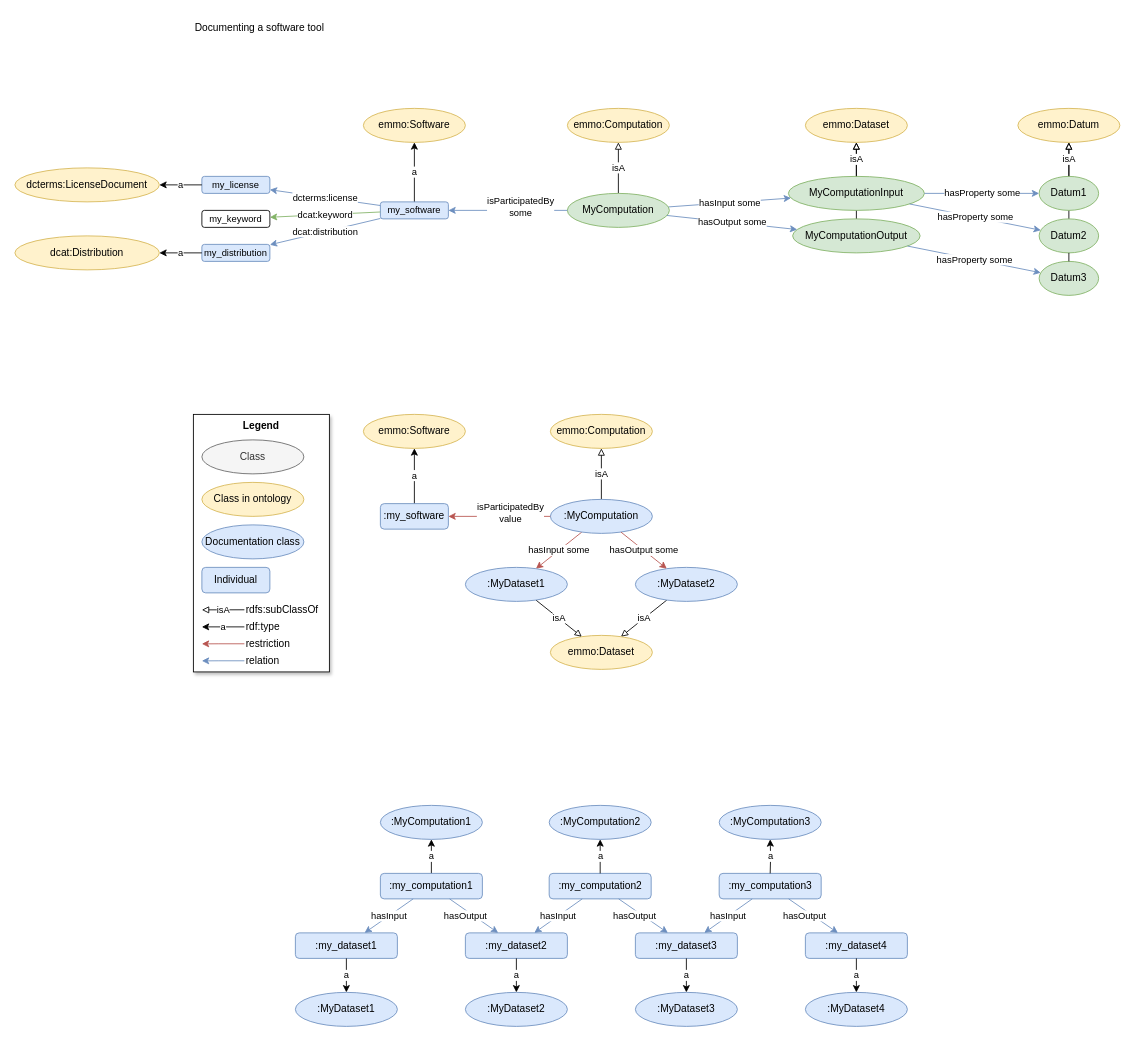
The draw.io diagram page "Page-1" (1 of 2) of examples/tools/figs/matchmaker-datadoc.drawio in HEU-MatCHMaker/DataDocumentation, before the edit. Source tidied: cells renumbered, new cells numbered last; positions are measured from the earlier drawing's top-left corner, leaving out a move shared by most shapes. Both pictures are drawn from the tidied source at 85%, with x=0, y=0 at pixel (14, 14).
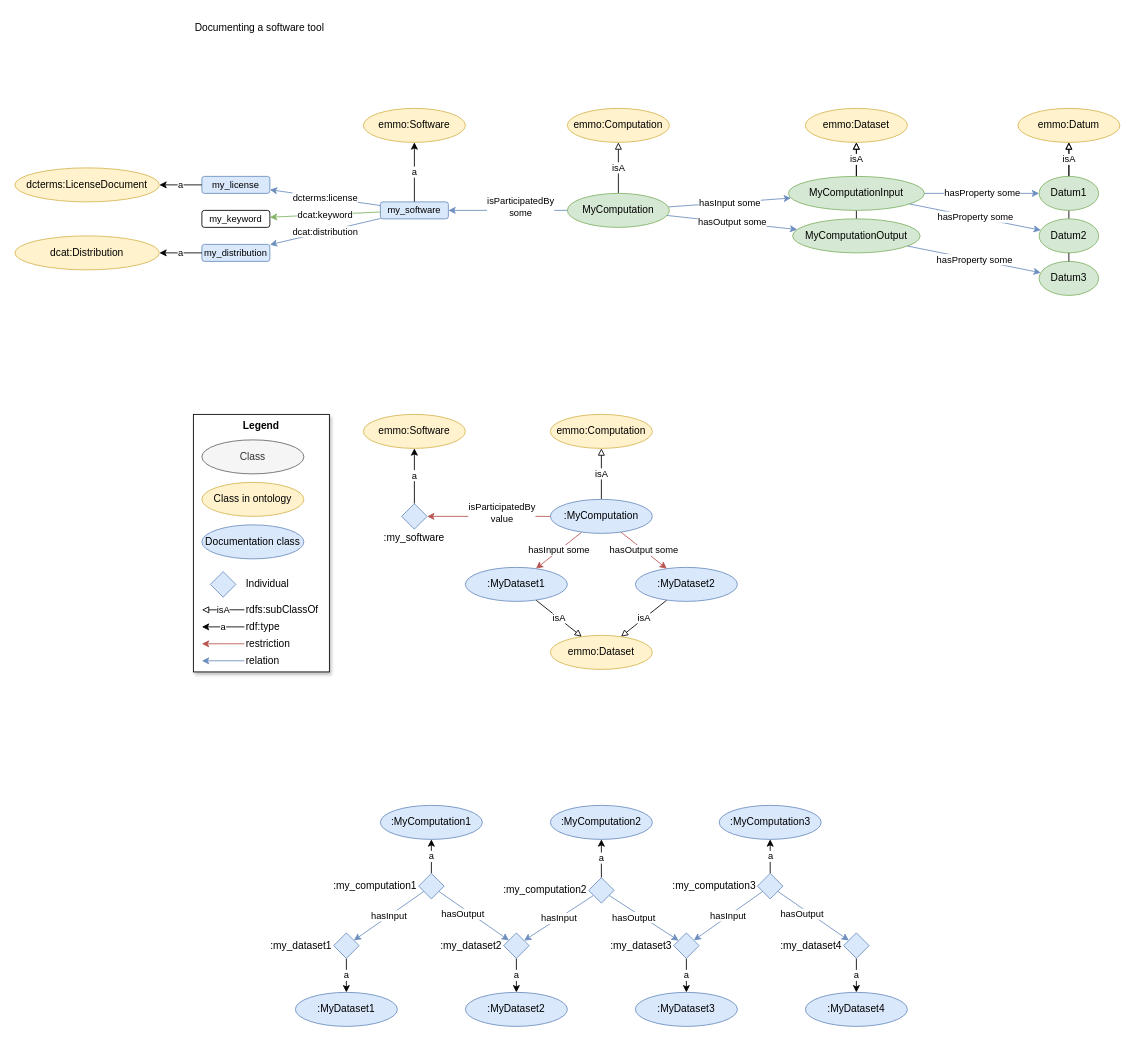
Above is the later version.

Commit message (it also covers changes not shown here):
Updated figure symbols and described colour coding

The change refers to these unchanged cells:
```xml
<mxCell id="39" value="emmo:Software" style="ellipse;whiteSpace=wrap;html=1;fillColor=#fff2cc;strokeColor=#d6b656;" parent="1" vertex="1">
  <mxGeometry x="410" y="470" width="120" height="40" as="geometry" />
</mxCell>
<mxCell id="44" value=":MyComputation" style="ellipse;whiteSpace=wrap;html=1;fillColor=#dae8fc;strokeColor=#6c8ebf;" parent="1" vertex="1">
  <mxGeometry x="630" y="570" width="120" height="40" as="geometry" />
</mxCell>
<mxCell id="76" value=":MyComputation1" style="ellipse;whiteSpace=wrap;html=1;fillColor=#dae8fc;strokeColor=#6c8ebf;" parent="1" vertex="1">
  <mxGeometry x="430" y="930" width="120" height="40" as="geometry" />
</mxCell>
<mxCell id="80" value=":MyComputation3" style="ellipse;whiteSpace=wrap;html=1;fillColor=#dae8fc;strokeColor=#6c8ebf;" parent="1" vertex="1">
  <mxGeometry x="828.6" y="930" width="120" height="40" as="geometry" />
</mxCell>
<mxCell id="82" value=":MyDataset1" style="ellipse;whiteSpace=wrap;html=1;fillColor=#dae8fc;strokeColor=#6c8ebf;" parent="1" vertex="1">
  <mxGeometry x="330" y="1150" width="120" height="40" as="geometry" />
</mxCell>
<mxCell id="84" value=":MyDataset2" style="ellipse;whiteSpace=wrap;html=1;fillColor=#dae8fc;strokeColor=#6c8ebf;" parent="1" vertex="1">
  <mxGeometry x="530" y="1150" width="120" height="40" as="geometry" />
</mxCell>
<mxCell id="86" value=":MyDataset3" style="ellipse;whiteSpace=wrap;html=1;fillColor=#dae8fc;strokeColor=#6c8ebf;" parent="1" vertex="1">
  <mxGeometry x="730" y="1150" width="120" height="40" as="geometry" />
</mxCell>
<mxCell id="88" value=":MyDataset4" style="ellipse;whiteSpace=wrap;html=1;fillColor=#dae8fc;strokeColor=#6c8ebf;" parent="1" vertex="1">
  <mxGeometry x="930" y="1150" width="120" height="40" as="geometry" />
</mxCell>
```

The edit, as a diff of the source:
```diff
@@
-    <mxCell id="48" value="a" style="edgeStyle=none;shape=connector;rounded=0;jettySize=auto;html=1;labelBackgroundColor=default;strokeColor=default;fontFamily=Helvetica;fontSize=11;fontColor=default;endArrow=classic;endFill=1;" parent="1" edge="1" source="51" target="39">
+    <mxCell id="48" value="a" style="edgeStyle=none;shape=connector;rounded=0;jettySize=auto;html=1;labelBackgroundColor=default;strokeColor=default;fontFamily=Helvetica;fontSize=11;fontColor=default;endArrow=classic;endFill=1;" parent="1" edge="1" source="91" target="39">
       <mxGeometry relative="1" as="geometry" />
     </mxCell>
@@
-    <mxCell id="50" value="isParticipatedBy&lt;br&gt;value" style="edgeStyle=none;shape=connector;rounded=0;jettySize=auto;html=1;labelBackgroundColor=default;strokeColor=#b85450;fontFamily=Helvetica;fontSize=11;fontColor=default;endArrow=classic;endFill=1;fillColor=#f8cecc;" parent="1" edge="1" source="44" target="51">
+    <mxCell id="50" value="isParticipatedBy&lt;br&gt;value" style="edgeStyle=none;shape=connector;rounded=0;jettySize=auto;html=1;labelBackgroundColor=default;strokeColor=#b85450;fontFamily=Helvetica;fontSize=11;fontColor=default;endArrow=classic;endFill=1;fillColor=#f8cecc;" parent="1" edge="1" source="44" target="91">
       <mxGeometry x="-0.21" y="-4" relative="1" as="geometry" />
     </mxCell>
-    <mxCell id="51" value="&lt;font style=&quot;font-size: 12px;&quot;&gt;:my_software&lt;/font&gt;" style="rounded=1;whiteSpace=wrap;html=1;fontFamily=Helvetica;fontSize=11;fillColor=#dae8fc;strokeColor=#6c8ebf;" parent="1" vertex="1">
-      <mxGeometry x="430" y="575" width="80" height="30" as="geometry" />
-    </mxCell>
@@
-    <mxCell id="53" value="&lt;font style=&quot;font-size: 12px;&quot;&gt;Individual&lt;/font&gt;" style="rounded=1;whiteSpace=wrap;html=1;fontFamily=Helvetica;fontSize=11;fillColor=#dae8fc;strokeColor=#6c8ebf;" parent="1" vertex="1">
-      <mxGeometry x="220" y="650" width="80" height="30" as="geometry" />
-    </mxCell>
@@
-    <mxCell id="62" value="a" style="edgeStyle=orthogonalEdgeStyle;rounded=0;jettySize=auto;html=1;" parent="1" edge="1" source="63" target="76">
+    <mxCell id="62" value="a" style="rounded=0;jettySize=auto;html=1;" parent="1" edge="1" source="93" target="76">
       <mxGeometry relative="1" as="geometry" />
     </mxCell>
-    <mxCell id="63" value="&lt;font style=&quot;font-size: 12px;&quot;&gt;:my_computation1&lt;/font&gt;" style="rounded=1;whiteSpace=wrap;html=1;fontFamily=Helvetica;fontSize=11;fillColor=#dae8fc;strokeColor=#6c8ebf;" parent="1" vertex="1">
-      <mxGeometry x="430" y="1010" width="120" height="30" as="geometry" />
-    </mxCell>
-    <mxCell id="64" value="&lt;font style=&quot;font-size: 12px;&quot;&gt;:my_dataset1&lt;/font&gt;" style="rounded=1;whiteSpace=wrap;html=1;fontFamily=Helvetica;fontSize=11;fillColor=#dae8fc;strokeColor=#6c8ebf;" parent="1" vertex="1">
-      <mxGeometry x="330" y="1080" width="120" height="30" as="geometry" />
-    </mxCell>
-    <mxCell id="65" value="hasInput" style="edgeStyle=none;shape=connector;rounded=0;jettySize=auto;html=1;labelBackgroundColor=default;strokeColor=#6c8ebf;fontFamily=Helvetica;fontSize=11;fontColor=default;endArrow=classic;endFill=1;fillColor=#dae8fc;" parent="1" edge="1" source="63" target="64">
+    <mxCell id="65" value="hasInput" style="edgeStyle=none;shape=connector;rounded=0;jettySize=auto;html=1;labelBackgroundColor=default;strokeColor=#6c8ebf;fontFamily=Helvetica;fontSize=11;fontColor=default;endArrow=classic;endFill=1;fillColor=#dae8fc;" parent="1" edge="1" source="93" target="94">
       <mxGeometry relative="1" as="geometry" />
     </mxCell>
-    <mxCell id="66" value="&lt;font style=&quot;font-size: 12px;&quot;&gt;:my_dataset2&lt;/font&gt;" style="rounded=1;whiteSpace=wrap;html=1;fontFamily=Helvetica;fontSize=11;fillColor=#dae8fc;strokeColor=#6c8ebf;" parent="1" vertex="1">
-      <mxGeometry x="530" y="1080" width="120" height="30" as="geometry" />
-    </mxCell>
-    <mxCell id="67" value="hasOutput" style="edgeStyle=none;shape=connector;rounded=0;jettySize=auto;html=1;labelBackgroundColor=default;strokeColor=#6c8ebf;fontFamily=Helvetica;fontSize=11;fontColor=default;endArrow=classic;endFill=1;fillColor=#dae8fc;" parent="1" edge="1" source="63" target="66">
+    <mxCell id="67" value="hasOutput" style="edgeStyle=none;shape=connector;rounded=0;jettySize=auto;html=1;labelBackgroundColor=default;strokeColor=#6c8ebf;fontFamily=Helvetica;fontSize=11;fontColor=default;endArrow=classic;endFill=1;fillColor=#dae8fc;" parent="1" edge="1" source="93" target="95">
       <mxGeometry x="-0.23" y="-6" relative="1" as="geometry" />
     </mxCell>
-    <mxCell id="68" value="&lt;font style=&quot;font-size: 12px;&quot;&gt;:my_computation2&lt;/font&gt;" style="rounded=1;whiteSpace=wrap;html=1;fontFamily=Helvetica;fontSize=11;fillColor=#dae8fc;strokeColor=#6c8ebf;" parent="1" vertex="1">
-      <mxGeometry x="628.6" y="1010" width="120" height="30" as="geometry" />
-    </mxCell>
-    <mxCell id="69" value="hasInput" style="edgeStyle=none;shape=connector;rounded=0;jettySize=auto;html=1;labelBackgroundColor=default;strokeColor=#6c8ebf;fontFamily=Helvetica;fontSize=11;fontColor=default;endArrow=classic;endFill=1;fillColor=#dae8fc;" parent="1" edge="1" source="68" target="66">
+    <mxCell id="69" value="hasInput" style="edgeStyle=none;shape=connector;rounded=0;jettySize=auto;html=1;labelBackgroundColor=default;strokeColor=#6c8ebf;fontFamily=Helvetica;fontSize=11;fontColor=default;endArrow=classic;endFill=1;fillColor=#dae8fc;" parent="1" edge="1" source="96" target="95">
       <mxGeometry relative="1" as="geometry" />
     </mxCell>
-    <mxCell id="70" value="hasOutput" style="edgeStyle=none;shape=connector;rounded=0;jettySize=auto;html=1;labelBackgroundColor=default;strokeColor=#6c8ebf;fontFamily=Helvetica;fontSize=11;fontColor=default;endArrow=classic;endFill=1;fillColor=#dae8fc;" parent="1" edge="1" source="68" target="74">
+    <mxCell id="70" value="hasOutput" style="edgeStyle=none;shape=connector;rounded=0;jettySize=auto;html=1;labelBackgroundColor=default;strokeColor=#6c8ebf;fontFamily=Helvetica;fontSize=11;fontColor=default;endArrow=classic;endFill=1;fillColor=#dae8fc;" parent="1" edge="1" source="96" target="97">
       <mxGeometry x="-0.23" y="-6" relative="1" as="geometry" />
     </mxCell>
-    <mxCell id="71" value="&lt;font style=&quot;font-size: 12px;&quot;&gt;:my_computation3&lt;/font&gt;" style="rounded=1;whiteSpace=wrap;html=1;fontFamily=Helvetica;fontSize=11;fillColor=#dae8fc;strokeColor=#6c8ebf;" parent="1" vertex="1">
-      <mxGeometry x="828.6" y="1010" width="120" height="30" as="geometry" />
-    </mxCell>
-    <mxCell id="72" value="hasInput" style="edgeStyle=none;shape=connector;rounded=0;jettySize=auto;html=1;labelBackgroundColor=default;strokeColor=#6c8ebf;fontFamily=Helvetica;fontSize=11;fontColor=default;endArrow=classic;endFill=1;fillColor=#dae8fc;" parent="1" edge="1" source="71" target="74">
+    <mxCell id="72" value="hasInput" style="edgeStyle=none;shape=connector;rounded=0;jettySize=auto;html=1;labelBackgroundColor=default;strokeColor=#6c8ebf;fontFamily=Helvetica;fontSize=11;fontColor=default;endArrow=classic;endFill=1;fillColor=#dae8fc;" parent="1" edge="1" source="98" target="97">
       <mxGeometry relative="1" as="geometry" />
     </mxCell>
-    <mxCell id="73" value="hasOutput" style="edgeStyle=none;shape=connector;rounded=0;jettySize=auto;html=1;labelBackgroundColor=default;strokeColor=#6c8ebf;fontFamily=Helvetica;fontSize=11;fontColor=default;endArrow=classic;endFill=1;fillColor=#dae8fc;" parent="1" edge="1" source="71" target="75">
+    <mxCell id="73" value="hasOutput" style="edgeStyle=none;shape=connector;rounded=0;jettySize=auto;html=1;labelBackgroundColor=default;strokeColor=#6c8ebf;fontFamily=Helvetica;fontSize=11;fontColor=default;endArrow=classic;endFill=1;fillColor=#dae8fc;" parent="1" edge="1" source="98" target="99">
       <mxGeometry x="-0.23" y="-6" relative="1" as="geometry" />
     </mxCell>
-    <mxCell id="74" value="&lt;font style=&quot;font-size: 12px;&quot;&gt;:my_dataset3&lt;/font&gt;" style="rounded=1;whiteSpace=wrap;html=1;fontFamily=Helvetica;fontSize=11;fillColor=#dae8fc;strokeColor=#6c8ebf;" parent="1" vertex="1">
-      <mxGeometry x="730" y="1080" width="120" height="30" as="geometry" />
-    </mxCell>
-    <mxCell id="75" value="&lt;font style=&quot;font-size: 12px;&quot;&gt;:my_dataset4&lt;/font&gt;" style="rounded=1;whiteSpace=wrap;html=1;fontFamily=Helvetica;fontSize=11;fillColor=#dae8fc;strokeColor=#6c8ebf;" parent="1" vertex="1">
-      <mxGeometry x="930" y="1080" width="120" height="30" as="geometry" />
-    </mxCell>
@@
-    <mxCell id="77" value="a" style="edgeStyle=orthogonalEdgeStyle;rounded=0;jettySize=auto;html=1;" parent="1" edge="1" source="68" target="78">
+    <mxCell id="77" value="a" style="edgeStyle=orthogonalEdgeStyle;rounded=0;jettySize=auto;html=1;" parent="1" edge="1" source="96" target="78">
       <mxGeometry relative="1" as="geometry" />
     </mxCell>
     <mxCell id="78" value=":MyComputation2" style="ellipse;whiteSpace=wrap;html=1;fillColor=#dae8fc;strokeColor=#6c8ebf;" parent="1" vertex="1">
-      <mxGeometry x="628.6" y="930" width="120" height="40" as="geometry" />
+      <mxGeometry x="630" y="930" width="120" height="40" as="geometry" />
     </mxCell>
-    <mxCell id="79" value="a" style="edgeStyle=orthogonalEdgeStyle;rounded=0;jettySize=auto;html=1;" parent="1" edge="1" target="80">
-      <mxGeometry relative="1" as="geometry">
-        <mxPoint x="888.6" y="1010" as="sourcePoint" />
-      </mxGeometry>
+    <mxCell id="79" value="a" style="edgeStyle=orthogonalEdgeStyle;rounded=0;jettySize=auto;html=1;" parent="1" edge="1" source="98" target="80">
+      <mxGeometry relative="1" as="geometry" />
     </mxCell>
@@
-    <mxCell id="81" value="a" style="rounded=0;jettySize=auto;html=1;" parent="1" edge="1" source="64" target="82">
+    <mxCell id="81" value="a" style="rounded=0;jettySize=auto;html=1;" parent="1" edge="1" source="94" target="82">
       <mxGeometry relative="1" as="geometry" />
     </mxCell>
@@
-    <mxCell id="83" value="a" style="rounded=0;jettySize=auto;html=1;" parent="1" edge="1" source="66" target="84">
+    <mxCell id="83" value="a" style="rounded=0;jettySize=auto;html=1;" parent="1" edge="1" source="95" target="84">
       <mxGeometry relative="1" as="geometry" />
     </mxCell>
@@
-    <mxCell id="85" value="a" style="rounded=0;jettySize=auto;html=1;" parent="1" edge="1" source="74" target="86">
+    <mxCell id="85" value="a" style="rounded=0;jettySize=auto;html=1;" parent="1" edge="1" source="97" target="86">
       <mxGeometry relative="1" as="geometry" />
     </mxCell>
@@
-    <mxCell id="87" value="a" style="rounded=0;jettySize=auto;html=1;" parent="1" edge="1" source="75" target="88">
+    <mxCell id="87" value="a" style="rounded=0;jettySize=auto;html=1;" parent="1" edge="1" source="99" target="88">
       <mxGeometry relative="1" as="geometry" />
     </mxCell>
@@
+    <mxCell id="51" value=":my_software" style="text;html=1;strokeColor=none;fillColor=none;align=center;verticalAlign=middle;whiteSpace=wrap;rounded=0;shadow=1;" parent="1" vertex="1">
+      <mxGeometry x="430" y="605" width="80" height="20" as="geometry" />
+    </mxCell>
+    <mxCell id="53" value="Individual" style="text;html=1;strokeColor=none;fillColor=none;align=left;verticalAlign=middle;whiteSpace=wrap;rounded=0;shadow=1;" parent="1" vertex="1">
+      <mxGeometry x="270" y="660" width="80" height="20" as="geometry" />
+    </mxCell>
+    <mxCell id="91" style="rhombus;whiteSpace=wrap;html=1;shadow=0;fillColor=#dae8fc;strokeColor=#6c8ebf;" parent="1" vertex="1">
+      <mxGeometry x="455" y="575" width="30" height="30" as="geometry" />
+    </mxCell>
+    <mxCell id="92" style="rhombus;whiteSpace=wrap;html=1;shadow=0;fillColor=#dae8fc;strokeColor=#6c8ebf;" parent="1" vertex="1">
+      <mxGeometry x="230" y="655" width="30" height="30" as="geometry" />
+    </mxCell>
+    <mxCell id="63" value=":my_computation1" style="text;html=1;strokeColor=none;fillColor=none;align=right;verticalAlign=middle;whiteSpace=wrap;rounded=0;shadow=1;" parent="1" vertex="1">
+      <mxGeometry x="370" y="1015" width="105" height="20" as="geometry" />
+    </mxCell>
+    <mxCell id="93" style="rhombus;whiteSpace=wrap;html=1;shadow=0;fillColor=#dae8fc;strokeColor=#6c8ebf;" parent="1" vertex="1">
+      <mxGeometry x="475" y="1010" width="30" height="30" as="geometry" />
+    </mxCell>
+    <mxCell id="64" value=":my_dataset1" style="text;html=1;strokeColor=none;fillColor=none;align=right;verticalAlign=middle;whiteSpace=wrap;rounded=0;shadow=1;" parent="1" vertex="1">
+      <mxGeometry x="290" y="1085" width="85" height="20" as="geometry" />
+    </mxCell>
+    <mxCell id="94" style="rhombus;whiteSpace=wrap;html=1;shadow=0;fillColor=#dae8fc;strokeColor=#6c8ebf;" parent="1" vertex="1">
+      <mxGeometry x="375" y="1080" width="30" height="30" as="geometry" />
+    </mxCell>
+    <mxCell id="66" value=":my_dataset2" style="text;html=1;strokeColor=none;fillColor=none;align=right;verticalAlign=middle;whiteSpace=wrap;rounded=0;shadow=1;" parent="1" vertex="1">
+      <mxGeometry x="490" y="1085" width="85" height="20" as="geometry" />
+    </mxCell>
+    <mxCell id="68" value=":my_computation2" style="text;html=1;strokeColor=none;fillColor=none;align=right;verticalAlign=middle;whiteSpace=wrap;rounded=0;shadow=1;" parent="1" vertex="1">
+      <mxGeometry x="570" y="1020" width="105" height="20" as="geometry" />
+    </mxCell>
+    <mxCell id="95" style="rhombus;whiteSpace=wrap;html=1;shadow=0;fillColor=#dae8fc;strokeColor=#6c8ebf;" parent="1" vertex="1">
+      <mxGeometry x="575" y="1080" width="30" height="30" as="geometry" />
+    </mxCell>
+    <mxCell id="96" style="rhombus;whiteSpace=wrap;html=1;shadow=0;fillColor=#dae8fc;strokeColor=#6c8ebf;" parent="1" vertex="1">
+      <mxGeometry x="675" y="1015" width="30" height="30" as="geometry" />
+    </mxCell>
+    <mxCell id="71" value=":my_computation3" style="text;html=1;strokeColor=none;fillColor=none;align=right;verticalAlign=middle;whiteSpace=wrap;rounded=0;shadow=1;" parent="1" vertex="1">
+      <mxGeometry x="768.6" y="1015" width="105" height="20" as="geometry" />
+    </mxCell>
+    <mxCell id="74" value=":my_dataset3" style="text;html=1;strokeColor=none;fillColor=none;align=right;verticalAlign=middle;whiteSpace=wrap;rounded=0;shadow=1;" parent="1" vertex="1">
+      <mxGeometry x="690" y="1085" width="85" height="20" as="geometry" />
+    </mxCell>
+    <mxCell id="97" style="rhombus;whiteSpace=wrap;html=1;shadow=0;fillColor=#dae8fc;strokeColor=#6c8ebf;" parent="1" vertex="1">
+      <mxGeometry x="775" y="1080" width="30" height="30" as="geometry" />
+    </mxCell>
+    <mxCell id="98" style="rhombus;whiteSpace=wrap;html=1;shadow=0;fillColor=#dae8fc;strokeColor=#6c8ebf;" parent="1" vertex="1">
+      <mxGeometry x="873.6" y="1010" width="30" height="30" as="geometry" />
+    </mxCell>
+    <mxCell id="75" value=":my_dataset4" style="text;html=1;strokeColor=none;fillColor=none;align=right;verticalAlign=middle;whiteSpace=wrap;rounded=0;shadow=1;" parent="1" vertex="1">
+      <mxGeometry x="890" y="1085" width="85" height="20" as="geometry" />
+    </mxCell>
+    <mxCell id="99" style="rhombus;whiteSpace=wrap;html=1;shadow=0;fillColor=#dae8fc;strokeColor=#6c8ebf;" parent="1" vertex="1">
+      <mxGeometry x="975" y="1080" width="30" height="30" as="geometry" />
+    </mxCell>
```
